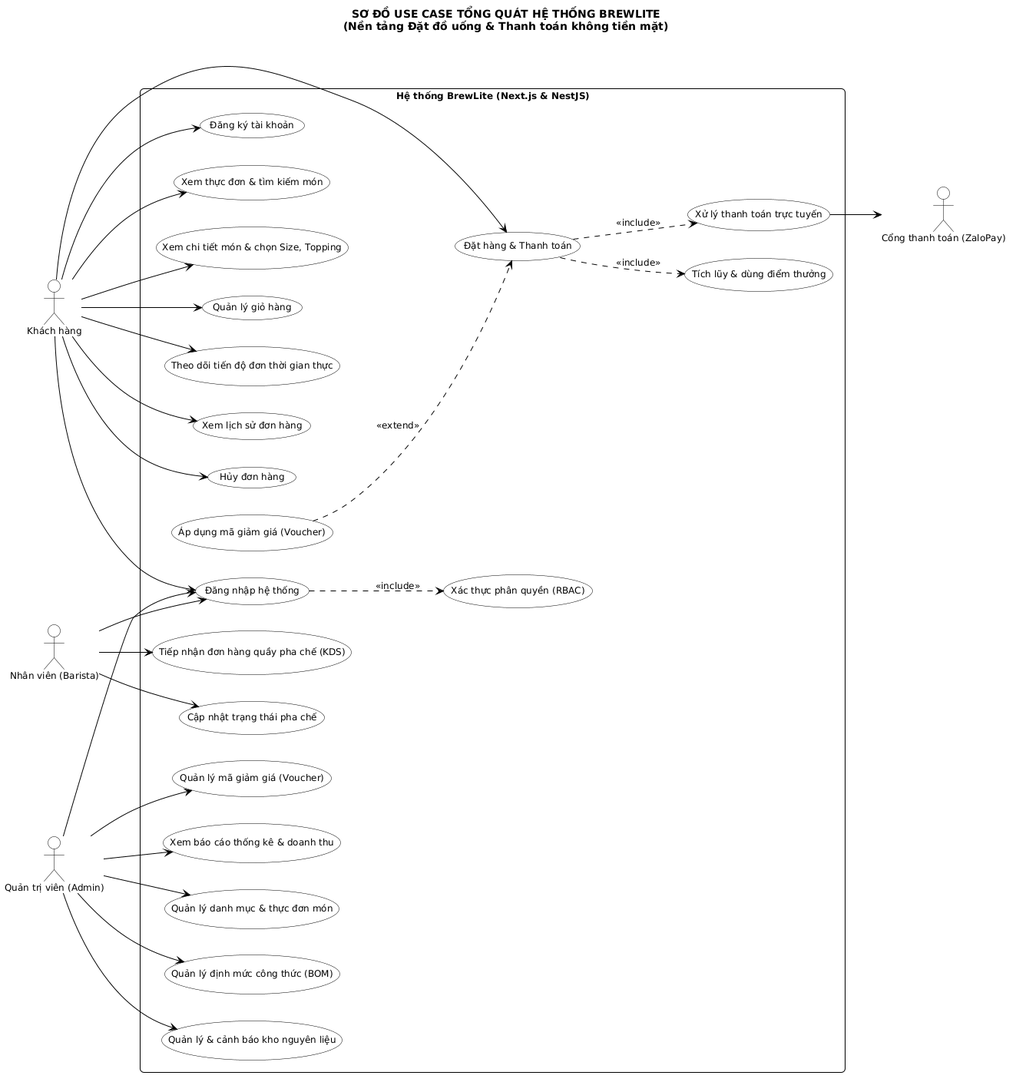
This is docs/diagrams/use-case.png from MaGiaVy/BrewLite_project, a PlantUML export, as it was before one commit.
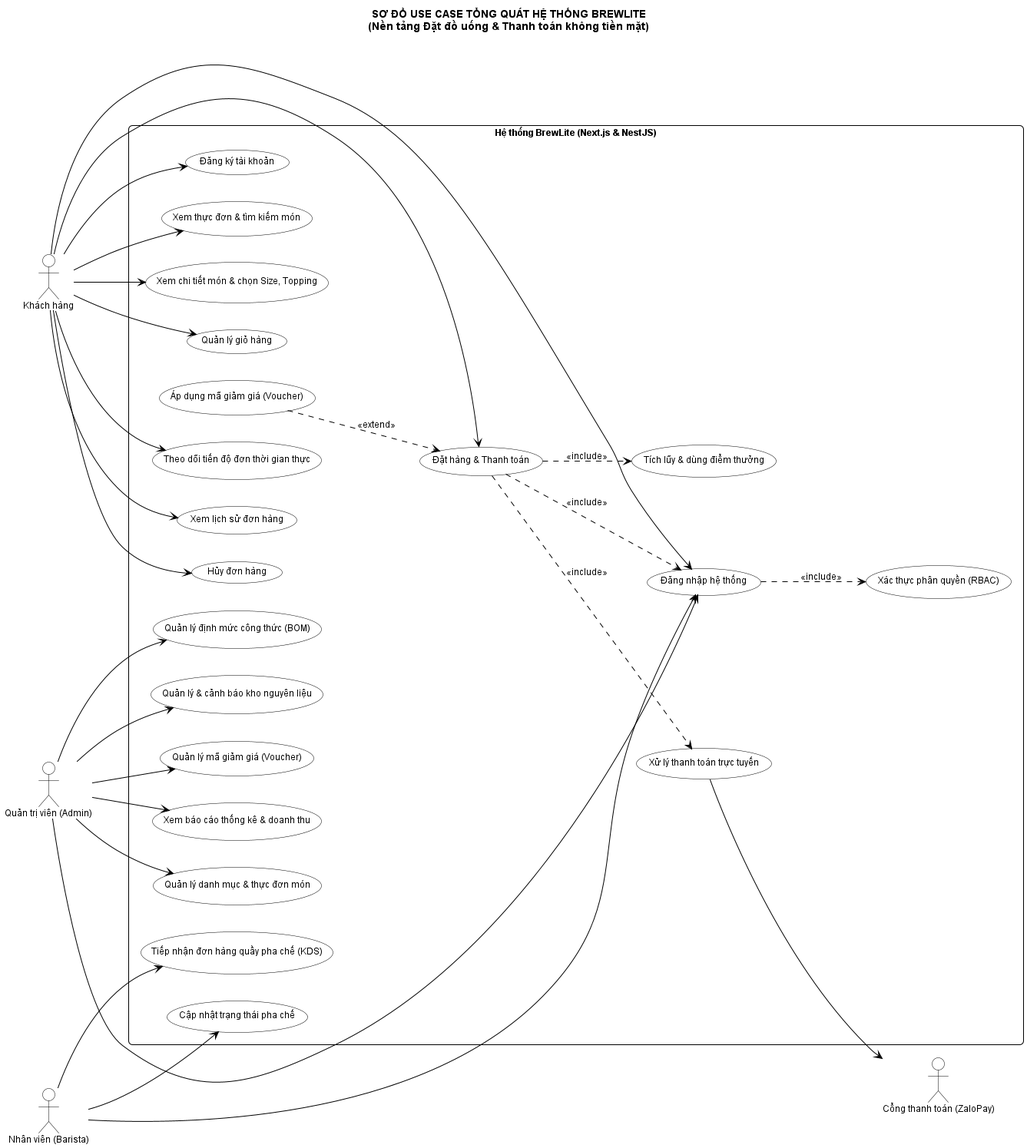
After the change.

Commit message:
docs(use-case): bổ sung quan hệ include từ đặt hàng thanh toán sang đăng nhập hệ thống

Change to the diagram source:
```diff
@@ -51,6 +51,7 @@
     usecase "Xem báo cáo thống kê & doanh thu" as UC_AdminReport
 
     UC_Login ..> UC_RBAC : <<include>>
+    UC_Checkout ..> UC_Login : <<include>>
     UC_Checkout ..> UC_Payment : <<include>>
     UC_Checkout ..> UC_Loyalty : <<include>>
     UC_Voucher ..> UC_Checkout : <<extend>>
@@ -82,4 +83,5 @@
 Admin --> UC_AdminReport
 
 UC_Payment --> PaymentGateway
+
 @enduml
```
